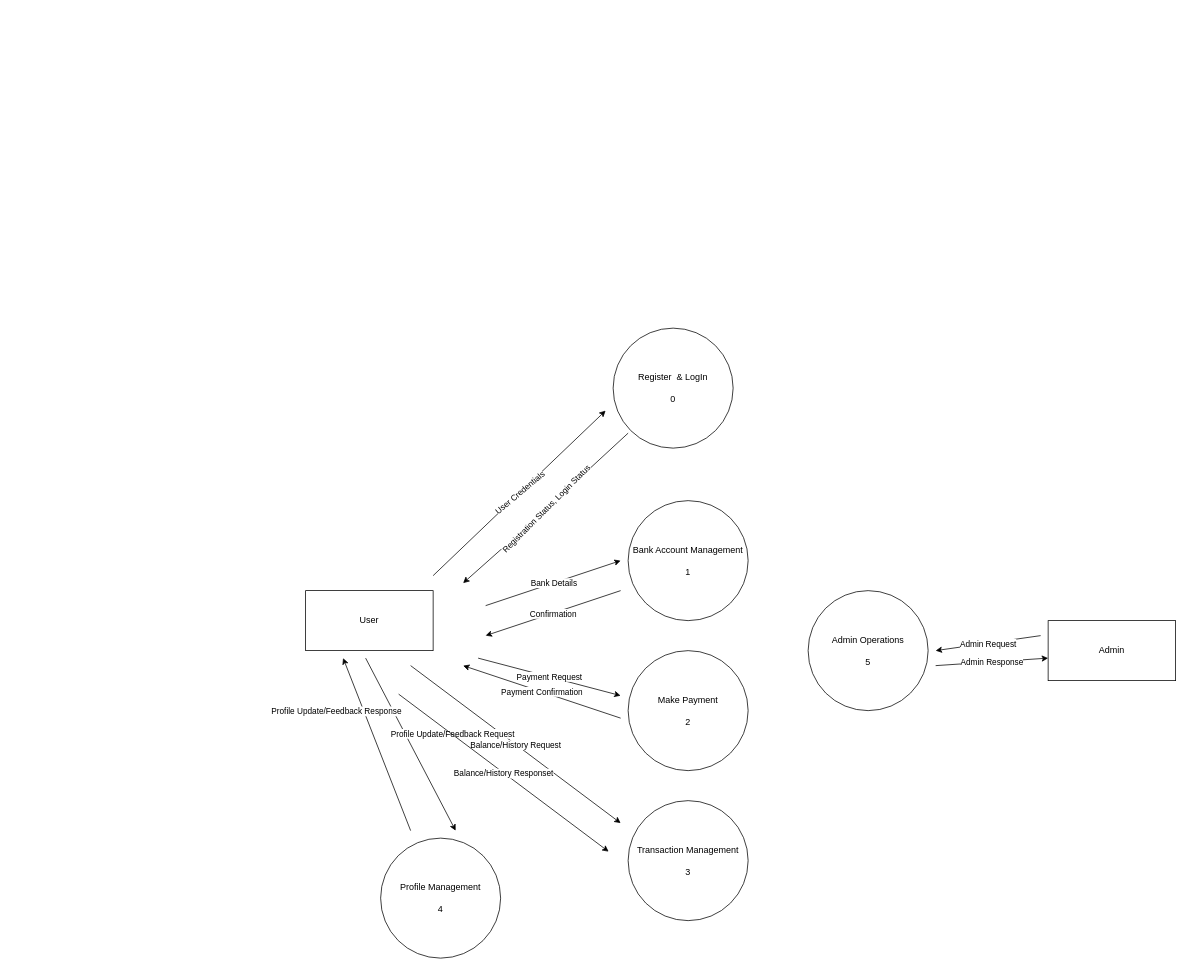
NemisRuparel/IntroductionToSoftwareEngineering keeps this draw.io diagram as page "Page-2" (1 of 2) of diagrams/currect.drawio. Above is the earlier version. Source tidied: cells renumbered, new cells numbered last; positions are measured from the earlier drawing's top-left corner, leaving out a move shared by most shapes. Both pictures are drawn from the tidied source at 75%, with x=0, y=0 at pixel (305, 328).
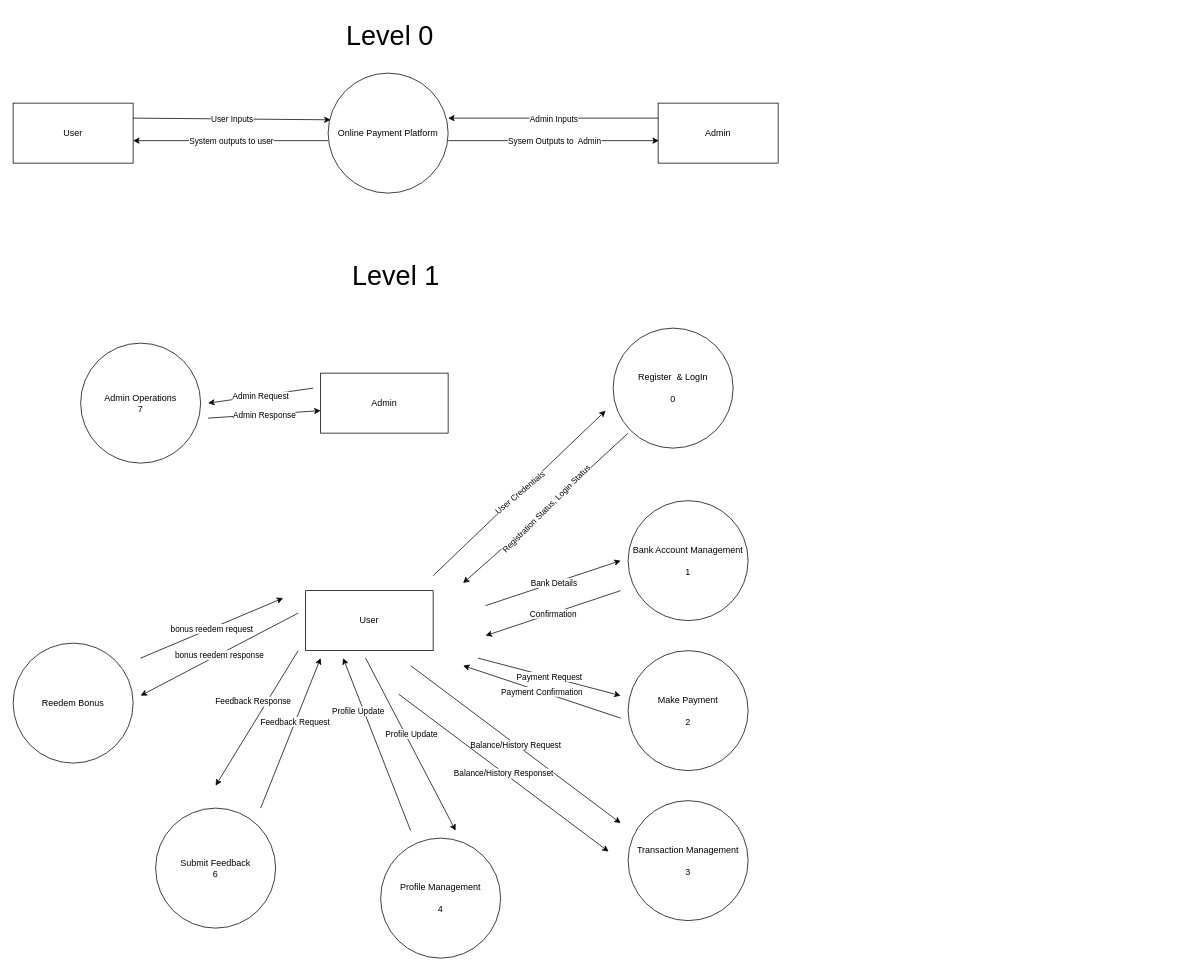
The same page after the edit.

Commit message (it also covers changes not shown here):
level 0,1,2 finalized

Unchanged cells that the change refers to:
```xml
<mxCell id="27" style="endArrow=classic;html=1;rounded=0;" parent="1" edge="1">
  <mxGeometry relative="1" as="geometry">
    <mxPoint x="80" y="440" as="sourcePoint" />
    <mxPoint x="200" y="670" as="targetPoint" />
  </mxGeometry>
</mxCell>
<mxCell id="29" style="endArrow=classic;html=1;rounded=0;" parent="1" edge="1">
  <mxGeometry relative="1" as="geometry">
    <mxPoint x="140" y="670" as="sourcePoint" />
    <mxPoint x="50" y="440" as="targetPoint" />
  </mxGeometry>
</mxCell>
```

Diff of the diagram source:
```diff
@@
-    <mxCell id="2" value="Admin Operations&lt;br&gt;&lt;br&gt;5" style="shape=ellipse;html=1;dashed=0;whiteSpace=wrap;perimeter=ellipsePerimeter;" parent="1" vertex="1">
-      <mxGeometry x="670" y="350" width="160" height="160" as="geometry" />
+    <mxCell id="2" value="Admin Operations&lt;br&gt;7" style="shape=ellipse;html=1;dashed=0;whiteSpace=wrap;perimeter=ellipsePerimeter;" parent="1" vertex="1">
+      <mxGeometry x="-300" y="20" width="160" height="160" as="geometry" />
     </mxCell>
@@
     <mxCell id="7" value="Admin" style="html=1;dashed=0;whiteSpace=wrap;" parent="1" vertex="1">
-      <mxGeometry x="990" y="390" width="170" height="80" as="geometry" />
+      <mxGeometry x="20" y="60" width="170" height="80" as="geometry" />
     </mxCell>
@@
     <mxCell id="22" style="endArrow=classic;html=1;rounded=0;" parent="1" edge="1">
       <mxGeometry relative="1" as="geometry">
-        <mxPoint x="980" y="410" as="sourcePoint" />
-        <mxPoint x="840" y="430" as="targetPoint" />
+        <mxPoint x="10" y="80" as="sourcePoint" />
+        <mxPoint x="-130" y="100" as="targetPoint" />
       </mxGeometry>
     </mxCell>
@@
     <mxCell id="24" style="endArrow=classic;html=1;rounded=0;" parent="1" edge="1">
       <mxGeometry relative="1" as="geometry">
-        <mxPoint x="840" y="450" as="sourcePoint" />
-        <mxPoint x="990" y="440" as="targetPoint" />
+        <mxPoint x="-130" y="120" as="sourcePoint" />
+        <mxPoint x="20" y="110" as="targetPoint" />
       </mxGeometry>
     </mxCell>
@@
-    <mxCell id="28" value="&lt;div&gt;Profile Update/Feedback Request&lt;/div&gt;" style="edgeLabel;html=1;align=center;verticalAlign=middle;" parent="27" vertex="1">
+    <mxCell id="28" value="&lt;div&gt;Profile Update&lt;/div&gt;" style="edgeLabel;html=1;align=center;verticalAlign=middle;" parent="27" vertex="1">
       <mxGeometry relative="1" as="geometry">
-        <mxPoint x="55" y="-15" as="offset" />
+        <mxPoint y="-15" as="offset" />
       </mxGeometry>
     </mxCell>
@@
-    <mxCell id="30" value="&lt;div&gt;Profile Update/Feedback Response&lt;/div&gt;" style="edgeLabel;html=1;align=center;verticalAlign=middle;" parent="29" vertex="1">
+    <mxCell id="30" value="&lt;div&gt;Profile Update&lt;/div&gt;" style="edgeLabel;html=1;align=center;verticalAlign=middle;" parent="29" vertex="1">
       <mxGeometry relative="1" as="geometry">
-        <mxPoint x="-55" y="-45" as="offset" />
+        <mxPoint x="-26" y="-45" as="offset" />
       </mxGeometry>
     </mxCell>
@@
+    <mxCell id="34" value="Online Payment Platform" style="shape=ellipse;html=1;dashed=0;whiteSpace=wrap;perimeter=ellipsePerimeter;" parent="1" vertex="1">
+      <mxGeometry x="30" y="-340" width="160" height="160" as="geometry" />
+    </mxCell>
+    <mxCell id="35" value="User" style="html=1;dashed=0;whiteSpace=wrap;" parent="1" vertex="1">
+      <mxGeometry x="-390" y="-300" width="160" height="80" as="geometry" />
+    </mxCell>
+    <mxCell id="36" value="Admin" style="html=1;dashed=0;whiteSpace=wrap;" parent="1" vertex="1">
+      <mxGeometry x="470" y="-300" width="160" height="80" as="geometry" />
+    </mxCell>
+    <mxCell id="37" style="endArrow=classic;html=1;rounded=0;entryX=0.021;entryY=0.389;entryDx=0;entryDy=0;entryPerimeter=0;exitX=1;exitY=0.25;exitDx=0;exitDy=0;" parent="1" edge="1" source="35" target="34">
+      <mxGeometry relative="1" as="geometry" />
+    </mxCell>
+    <mxCell id="38" value="User Inputs" style="edgeLabel;html=1;align=center;verticalAlign=middle;" parent="37" vertex="1">
+      <mxGeometry relative="1" as="geometry" />
+    </mxCell>
+    <mxCell id="39" style="endArrow=classic;html=1;rounded=0;" parent="1" edge="1">
+      <mxGeometry relative="1" as="geometry">
+        <mxPoint x="30" y="-250" as="sourcePoint" />
+        <mxPoint x="-230" y="-250" as="targetPoint" />
+      </mxGeometry>
+    </mxCell>
+    <mxCell id="40" value="System outputs to user" style="edgeLabel;html=1;align=center;verticalAlign=middle;" parent="39" vertex="1">
+      <mxGeometry relative="1" as="geometry" />
+    </mxCell>
+    <mxCell id="41" style="endArrow=classic;html=1;rounded=0;entryX=0.004;entryY=0.417;entryDx=0;entryDy=0;entryPerimeter=0;" parent="1" edge="1">
+      <mxGeometry relative="1" as="geometry">
+        <mxPoint x="190" y="-250" as="sourcePoint" />
+        <mxPoint x="471" y="-250" as="targetPoint" />
+      </mxGeometry>
+    </mxCell>
+    <mxCell id="42" value="Sysem Outputs to&amp;nbsp; Admin" style="edgeLabel;html=1;align=center;verticalAlign=middle;" parent="41" vertex="1">
+      <mxGeometry relative="1" as="geometry" />
+    </mxCell>
+    <mxCell id="43" style="endArrow=classic;html=1;rounded=0;entryX=1;entryY=0.375;entryDx=0;entryDy=0;entryPerimeter=0;" parent="1" edge="1" target="34">
+      <mxGeometry relative="1" as="geometry">
+        <mxPoint x="470" y="-280" as="sourcePoint" />
+      </mxGeometry>
+    </mxCell>
+    <mxCell id="44" value="Admin Inputs" style="edgeLabel;html=1;align=center;verticalAlign=middle;" parent="43" vertex="1">
+      <mxGeometry relative="1" as="geometry" />
+    </mxCell>
+    <mxCell id="45" value="&lt;font style=&quot;font-size: 36px;&quot;&gt;Level 0&lt;/font&gt;" style="text;html=1;align=center;verticalAlign=middle;strokeColor=none;fillColor=none;" parent="1" vertex="1">
+      <mxGeometry x="42" y="-420" width="140" height="60" as="geometry" />
+    </mxCell>
+    <mxCell id="46" value="&lt;font style=&quot;font-size: 36px;&quot;&gt;Level 1&lt;/font&gt;" style="text;html=1;align=center;verticalAlign=middle;strokeColor=none;fillColor=none;" parent="1" vertex="1">
+      <mxGeometry x="50" y="-100" width="140" height="60" as="geometry" />
+    </mxCell>
+    <mxCell id="47" value="Submit Feedback&lt;br&gt;6" style="shape=ellipse;html=1;dashed=0;whiteSpace=wrap;perimeter=ellipsePerimeter;" parent="1" vertex="1">
+      <mxGeometry x="-200" y="640" width="160" height="160" as="geometry" />
+    </mxCell>
+    <mxCell id="48" style="endArrow=classic;html=1;rounded=0;" parent="1" edge="1">
+      <mxGeometry relative="1" as="geometry">
+        <mxPoint x="-60" y="640" as="sourcePoint" />
+        <mxPoint x="20" y="440" as="targetPoint" />
+      </mxGeometry>
+    </mxCell>
+    <mxCell id="49" value="&lt;div&gt;Feedback Request&lt;/div&gt;" style="edgeLabel;html=1;align=center;verticalAlign=middle;" parent="48" vertex="1">
+      <mxGeometry relative="1" as="geometry">
+        <mxPoint x="5" y="-15" as="offset" />
+      </mxGeometry>
+    </mxCell>
+    <mxCell id="50" style="endArrow=classic;html=1;rounded=0;" parent="1" edge="1">
+      <mxGeometry relative="1" as="geometry">
+        <mxPoint x="-10" y="430" as="sourcePoint" />
+        <mxPoint x="-120" y="610" as="targetPoint" />
+      </mxGeometry>
+    </mxCell>
+    <mxCell id="51" value="&lt;div&gt;Feedback Response&lt;/div&gt;" style="edgeLabel;html=1;align=center;verticalAlign=middle;" parent="50" vertex="1">
+      <mxGeometry relative="1" as="geometry">
+        <mxPoint x="-6" y="-22" as="offset" />
+      </mxGeometry>
+    </mxCell>
+    <mxCell id="52" value="Reedem Bonus" style="shape=ellipse;html=1;dashed=0;whiteSpace=wrap;perimeter=ellipsePerimeter;" parent="1" vertex="1">
+      <mxGeometry x="-390" y="420" width="160" height="160" as="geometry" />
+    </mxCell>
+    <mxCell id="53" style="endArrow=classic;html=1;rounded=0;" parent="1" edge="1">
+      <mxGeometry relative="1" as="geometry">
+        <mxPoint x="-10" y="380" as="sourcePoint" />
+        <mxPoint x="-220" y="490" as="targetPoint" />
+      </mxGeometry>
+    </mxCell>
+    <mxCell id="54" value="bonus reedem response" style="edgeLabel;html=1;align=center;verticalAlign=middle;" parent="53" vertex="1">
+      <mxGeometry relative="1" as="geometry" />
+    </mxCell>
+    <mxCell id="55" style="endArrow=classic;html=1;rounded=0;" parent="1" edge="1">
+      <mxGeometry relative="1" as="geometry">
+        <mxPoint x="-220" y="440" as="sourcePoint" />
+        <mxPoint x="-30" y="360" as="targetPoint" />
+      </mxGeometry>
+    </mxCell>
+    <mxCell id="56" value="bonus reedem request" style="edgeLabel;html=1;align=center;verticalAlign=middle;" parent="55" vertex="1">
+      <mxGeometry relative="1" as="geometry" />
+    </mxCell>
```
